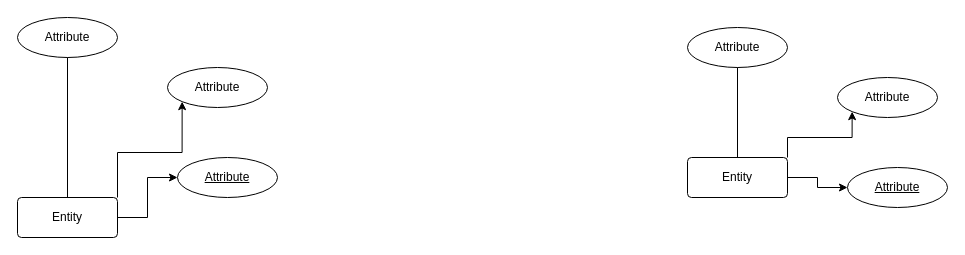
Above: Untitled Diagram.drawio in itsfadymate/Customer-Data-Management-System (draw.io), before the change. Source tidied: cells renumbered, new cells numbered last; positions are measured from the earlier drawing's top-left corner, leaving out a move shared by most shapes. Both pictures are drawn from the tidied source at 100%, with x=0, y=0 at pixel (17, 17).
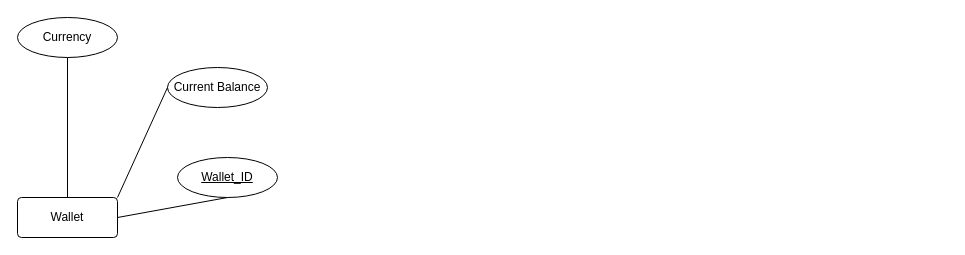
The same diagram, later.

Commit message:
Added wallet entity

Change to the diagram source:
```diff
@@
 <mxGraphModel>
   <root>
     <mxCell id="0" />
     <mxCell id="1" parent="0" />
-    <mxCell id="2" style="edgeStyle=orthogonalEdgeStyle;rounded=0;jettySize=auto;html=1;exitX=1;exitY=0;exitDx=0;exitDy=0;entryX=0;entryY=1;entryDx=0;entryDy=0;" parent="1" edge="1" source="4" target="6">
-      <mxGeometry relative="1" as="geometry" />
-    </mxCell>
-    <mxCell id="3" style="edgeStyle=orthogonalEdgeStyle;rounded=0;jettySize=auto;html=1;" parent="1" edge="1" source="4" target="7">
-      <mxGeometry relative="1" as="geometry" />
-    </mxCell>
-    <mxCell id="4" value="Entity" style="rounded=1;arcSize=10;whiteSpace=wrap;html=1;align=center;" parent="1" vertex="1">
-      <mxGeometry x="670" y="140" width="100" height="40" as="geometry" />
-    </mxCell>
-    <mxCell id="5" value="Attribute" style="ellipse;whiteSpace=wrap;html=1;align=center;" parent="1" vertex="1">
-      <mxGeometry x="670" y="10" width="100" height="40" as="geometry" />
-    </mxCell>
-    <mxCell id="6" value="Attribute" style="ellipse;whiteSpace=wrap;html=1;align=center;" parent="1" vertex="1">
-      <mxGeometry x="820" y="60" width="100" height="40" as="geometry" />
-    </mxCell>
-    <mxCell id="7" value="Attribute" style="ellipse;whiteSpace=wrap;html=1;align=center;fontStyle=4;" parent="1" vertex="1">
-      <mxGeometry x="830" y="150" width="100" height="40" as="geometry" />
-    </mxCell>
-    <mxCell id="8" style="endArrow=none;html=1;rounded=0;exitX=0.5;exitY=0;exitDx=0;exitDy=0;entryX=0.5;entryY=1;entryDx=0;entryDy=0;" parent="1" edge="1" source="4" target="5">
-      <mxGeometry relative="1" as="geometry" />
-    </mxCell>
-    <mxCell id="9" style="edgeStyle=orthogonalEdgeStyle;rounded=0;jettySize=auto;html=1;exitX=1;exitY=0;exitDx=0;exitDy=0;entryX=0;entryY=1;entryDx=0;entryDy=0;" parent="1" edge="1" source="11" target="13">
-      <mxGeometry relative="1" as="geometry" />
-    </mxCell>
-    <mxCell id="10" style="edgeStyle=orthogonalEdgeStyle;rounded=0;jettySize=auto;html=1;" parent="1" edge="1" source="11" target="14">
+    <mxCell id="10" style="edgeStyle=orthogonalEdgeStyle;rounded=0;jettySize=auto;html=1;strokeColor=none;endArrow=none;" parent="1" edge="1" source="11" target="14">
       <mxGeometry relative="1" as="geometry" />
     </mxCell>
-    <mxCell id="11" value="Entity" style="rounded=1;arcSize=10;whiteSpace=wrap;html=1;align=center;" parent="1" vertex="1">
+    <mxCell id="11" value="Wallet" style="rounded=1;arcSize=10;whiteSpace=wrap;html=1;align=center;" parent="1" vertex="1">
       <mxGeometry y="180" width="100" height="40" as="geometry" />
     </mxCell>
-    <mxCell id="12" value="Attribute" style="ellipse;whiteSpace=wrap;html=1;align=center;" parent="1" vertex="1">
+    <mxCell id="12" value="Currency" style="ellipse;whiteSpace=wrap;html=1;align=center;" parent="1" vertex="1">
       <mxGeometry width="100" height="40" as="geometry" />
     </mxCell>
-    <mxCell id="13" value="Attribute" style="ellipse;whiteSpace=wrap;html=1;align=center;" parent="1" vertex="1">
+    <mxCell id="13" value="Current Balance" style="ellipse;whiteSpace=wrap;html=1;align=center;" parent="1" vertex="1">
       <mxGeometry x="150" y="50" width="100" height="40" as="geometry" />
     </mxCell>
-    <mxCell id="14" value="Attribute" style="ellipse;whiteSpace=wrap;html=1;align=center;fontStyle=4;" parent="1" vertex="1">
+    <mxCell id="14" value="Wallet_ID" style="ellipse;whiteSpace=wrap;html=1;align=center;fontStyle=4;" parent="1" vertex="1">
       <mxGeometry x="160" y="140" width="100" height="40" as="geometry" />
     </mxCell>
     <mxCell id="15" style="endArrow=none;html=1;rounded=0;exitX=0.5;exitY=0;exitDx=0;exitDy=0;entryX=0.5;entryY=1;entryDx=0;entryDy=0;" parent="1" edge="1" source="11" target="12">
       <mxGeometry relative="1" as="geometry" />
     </mxCell>
+    <mxCell id="9" style="endArrow=none;html=1;rounded=0;exitX=1;exitY=0;exitDx=0;exitDy=0;entryX=0;entryY=0.5;entryDx=0;entryDy=0;" parent="1" edge="1" source="11" target="13">
+      <mxGeometry relative="1" as="geometry" />
+    </mxCell>
+    <mxCell id="16" style="endArrow=none;html=1;rounded=0;entryX=0.5;entryY=1;entryDx=0;entryDy=0;exitX=1;exitY=0.5;exitDx=0;exitDy=0;exitPerimeter=0;" parent="1" edge="1" source="11" target="14">
+      <mxGeometry relative="1" as="geometry" />
+    </mxCell>
   </root>
 </mxGraphModel>
```
